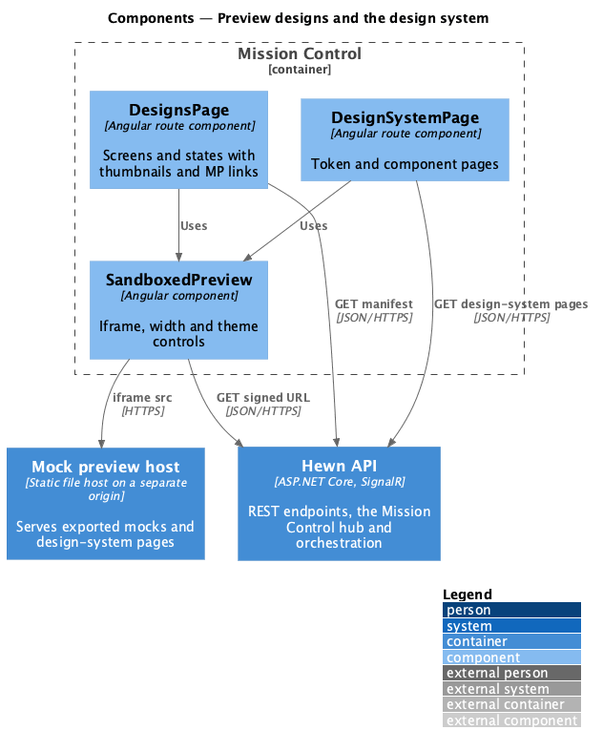
QuinntyneBrown/hewn keeps this PlantUML diagram as docs/detailed-designs/mission-control/preview-designs/diagrams/c4-component.png. Above is the earlier version. Source of this version:
```plantuml
@startuml
!include <C4/C4_Component>
LAYOUT_WITH_LEGEND()
title Components — Preview designs and the design system

Container(api, "Hewn API", "ASP.NET Core, SignalR", "REST endpoints, the Mission Control hub and orchestration")
Container(preview, "Mock preview host", "Static file host on a separate origin", "Serves exported mocks and design-system pages")
Container_Boundary(spa_b, "Mission Control") {
  Component(designs, "DesignsPage", "Angular route component", "Screens and states with thumbnails and MP links")
  Component(ds, "DesignSystemPage", "Angular route component", "Token and component pages")
  Component(prev, "SandboxedPreview", "Angular component", "Iframe, width and theme controls")
}

Rel(designs, prev, "Uses")
Rel(ds, prev, "Uses")
Rel(designs, api, "GET manifest", "JSON/HTTPS")
Rel(ds, api, "GET design-system pages", "JSON/HTTPS")
Rel(prev, api, "GET signed URL", "JSON/HTTPS")
Rel(prev, preview, "iframe src", "HTTPS")
@enduml
```
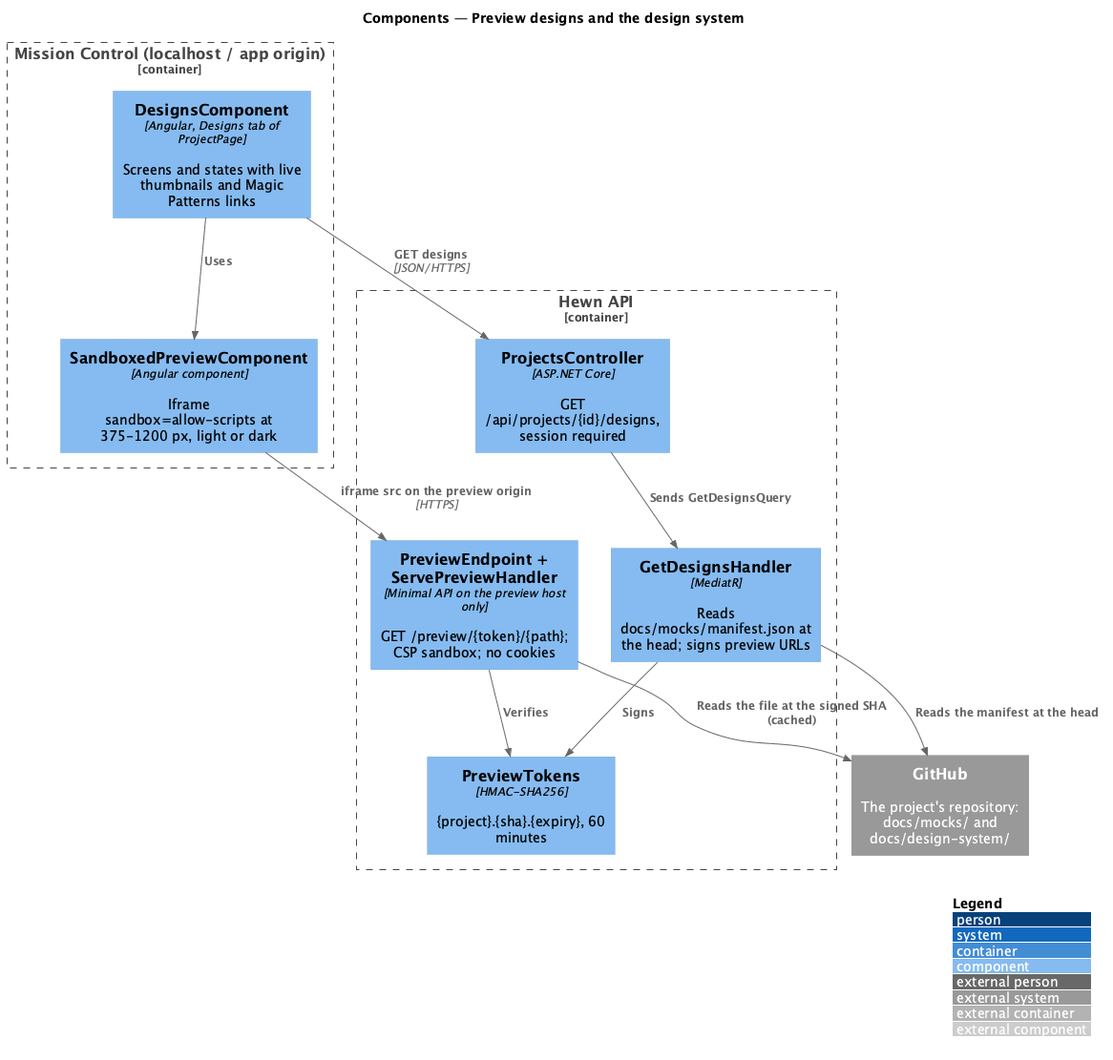
After the change.

Change to the diagram source:
```diff
@@ -3,18 +3,24 @@
 LAYOUT_WITH_LEGEND()
 title Components — Preview designs and the design system
 
-Container(api, "Hewn API", "ASP.NET Core, SignalR", "REST endpoints, the Mission Control hub and orchestration")
-Container(preview, "Mock preview host", "Static file host on a separate origin", "Serves exported mocks and design-system pages")
-Container_Boundary(spa_b, "Mission Control") {
-  Component(designs, "DesignsPage", "Angular route component", "Screens and states with thumbnails and MP links")
-  Component(ds, "DesignSystemPage", "Angular route component", "Token and component pages")
-  Component(prev, "SandboxedPreview", "Angular component", "Iframe, width and theme controls")
+System_Ext(gh, "GitHub", "The project's repository: docs/mocks/ and docs/design-system/")
+Container_Boundary(spa_b, "Mission Control (localhost / app origin)") {
+  Component(designs, "DesignsComponent", "Angular, Designs tab of ProjectPage", "Screens and states with live thumbnails and Magic Patterns links")
+  Component(prev, "SandboxedPreviewComponent", "Angular component", "Iframe sandbox=allow-scripts at 375-1200 px, light or dark")
+}
+Container_Boundary(api_b, "Hewn API") {
+  Component(ctrl, "ProjectsController", "ASP.NET Core", "GET /api/projects/{id}/designs, session required")
+  Component(list, "GetDesignsHandler", "MediatR", "Reads docs/mocks/manifest.json at the head; signs preview URLs")
+  Component(tok, "PreviewTokens", "HMAC-SHA256", "{project}.{sha}.{expiry}, 60 minutes")
+  Component(host, "PreviewEndpoint + ServePreviewHandler", "Minimal API on the preview host only", "GET /preview/{token}/{path}; CSP sandbox; no cookies")
 }
 
 Rel(designs, prev, "Uses")
-Rel(ds, prev, "Uses")
-Rel(designs, api, "GET manifest", "JSON/HTTPS")
-Rel(ds, api, "GET design-system pages", "JSON/HTTPS")
-Rel(prev, api, "GET signed URL", "JSON/HTTPS")
-Rel(prev, preview, "iframe src", "HTTPS")
+Rel(designs, ctrl, "GET designs", "JSON/HTTPS")
+Rel(ctrl, list, "Sends GetDesignsQuery")
+Rel(list, tok, "Signs")
+Rel(list, gh, "Reads the manifest at the head")
+Rel(prev, host, "iframe src on the preview origin", "HTTPS")
+Rel(host, tok, "Verifies")
+Rel(host, gh, "Reads the file at the signed SHA (cached)")
 @enduml
```
